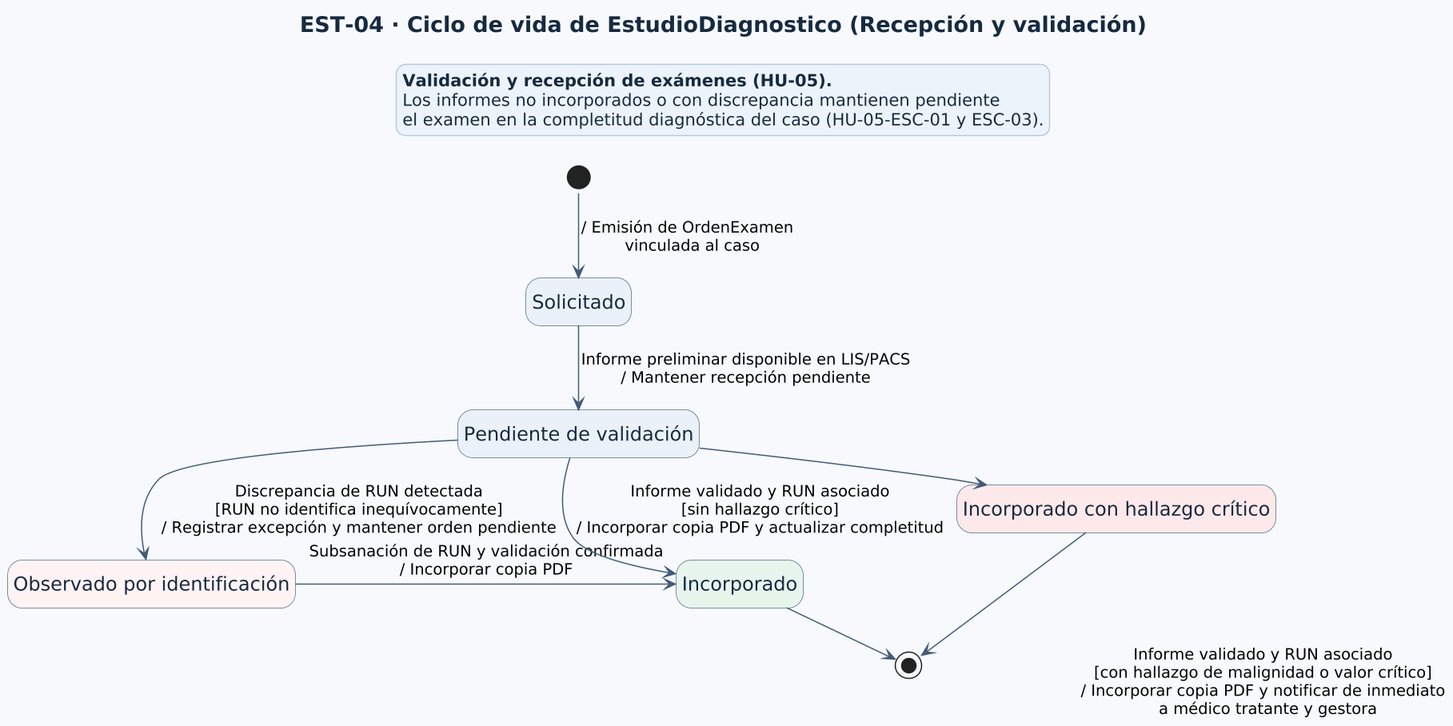
The PlantUML diagram diagramas/EST-04-EstudioDiagnostico.png in br1fz/OncoTrace, before a commit.
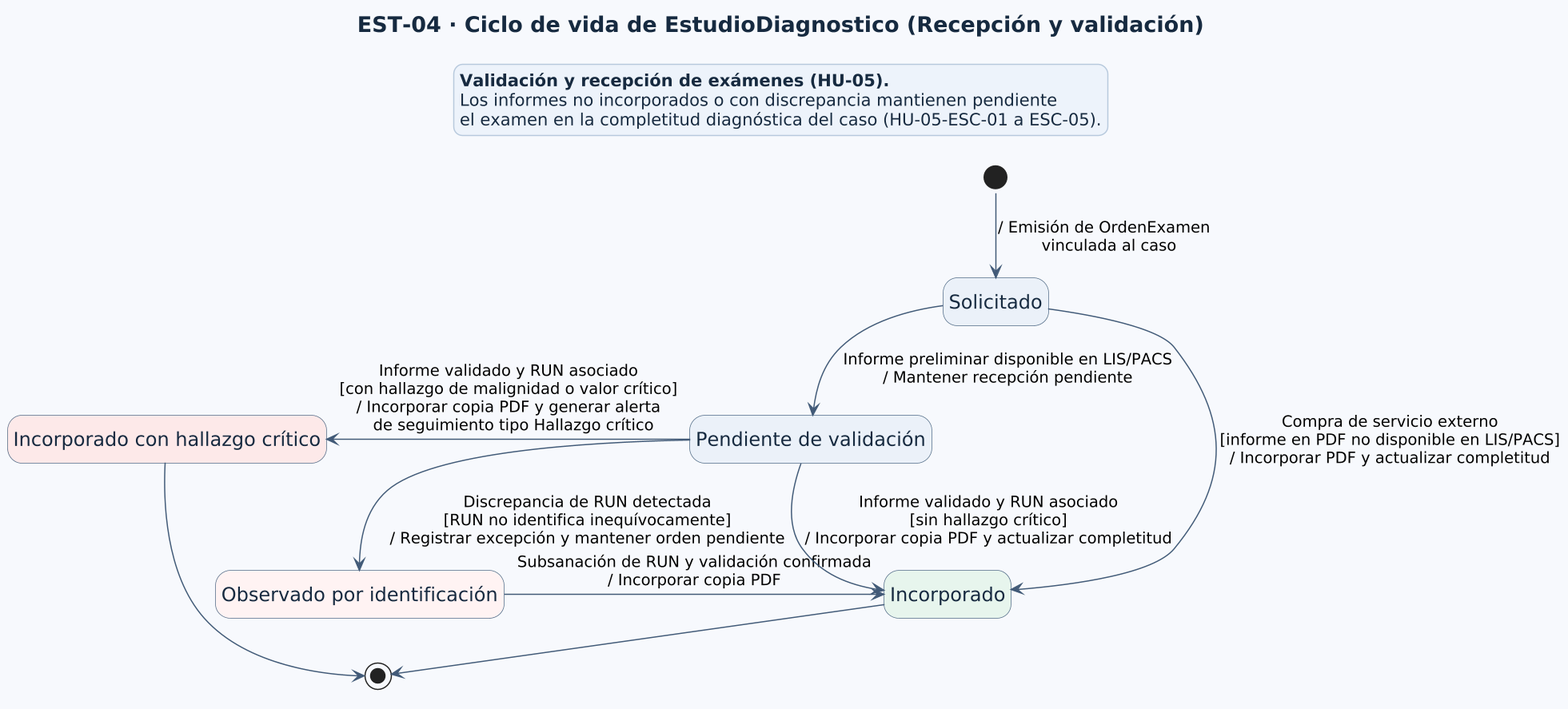
The same diagram one commit later.

The edit, as a diff of the source:
```diff
@@ -1,4 +1,4 @@
-@startuml
+@startuml EST-04-EstudioDiagnostico
 !pragma layout smetana
 hide empty description
 skinparam shadowing false
@@ -31,16 +31,17 @@
 
 [*] -down-> S : / Emisión de OrdenExamen\n  vinculada al caso
 S -down-> PV : Informe preliminar disponible en LIS/PACS\n/ Mantener recepción pendiente
+S -right-> I : Compra de servicio externo\n[informe en PDF no disponible en LIS/PACS]\n/ Incorporar PDF y actualizar completitud
 PV -down-> OI : Discrepancia de RUN detectada\n[RUN no identifica inequívocamente]\n/ Registrar excepción y mantener orden pendiente
 OI -right-> I : Subsanación de RUN y validación confirmada\n/ Incorporar copia PDF
 PV -down-> I : Informe validado y RUN asociado\n[sin hallazgo crítico]\n/ Incorporar copia PDF y actualizar completitud
-PV -right-> IHC : Informe validado y RUN asociado\n[con hallazgo de malignidad o valor crítico]\n/ Incorporar copia PDF y notificar de inmediato\n  a médico tratante y gestora
+PV -left-> IHC : Informe validado y RUN asociado\n[con hallazgo de malignidad o valor crítico]\n/ Incorporar copia PDF y generar alerta\n  de seguimiento tipo Hallazgo crítico
 I -down-> [*]
 IHC -down-> [*]
 
 legend top
   **Validación y recepción de exámenes (HU-05).**
   Los informes no incorporados o con discrepancia mantienen pendiente
-  el examen en la completitud diagnóstica del caso (HU-05-ESC-01 y ESC-03).
+  el examen en la completitud diagnóstica del caso (HU-05-ESC-01 a ESC-05).
 endlegend
 @enduml
```
